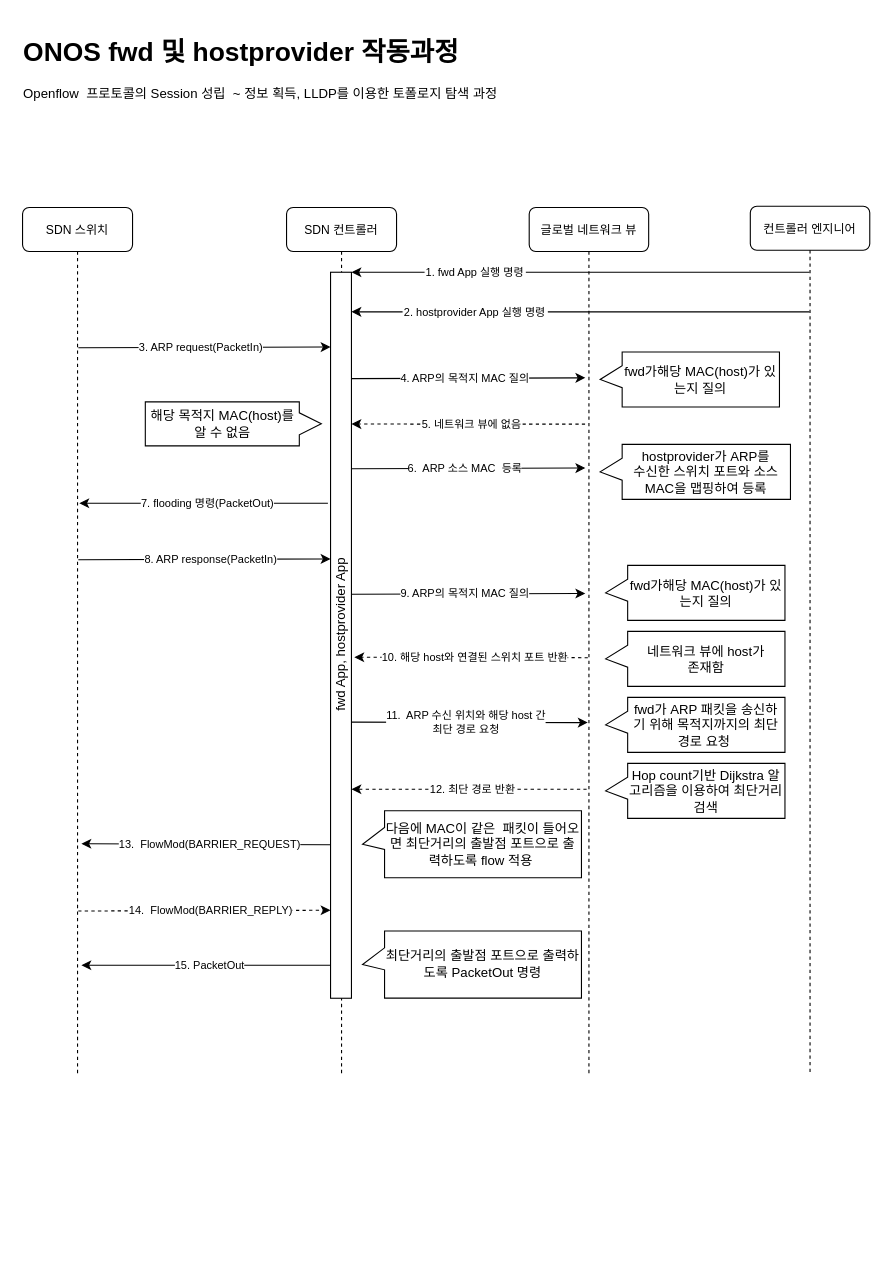
Above: page "시퀸스 다이어그램" (2 of 5) of fwd.drawio in gameLoading/blank__- (draw.io), before the change. Source tidied: cells renumbered, new cells numbered last; positions are measured from the earlier drawing's top-left corner, leaving out a move shared by most shapes. Both pictures are drawn from the tidied source at 110%, with x=0, y=0 at pixel (18, 30).
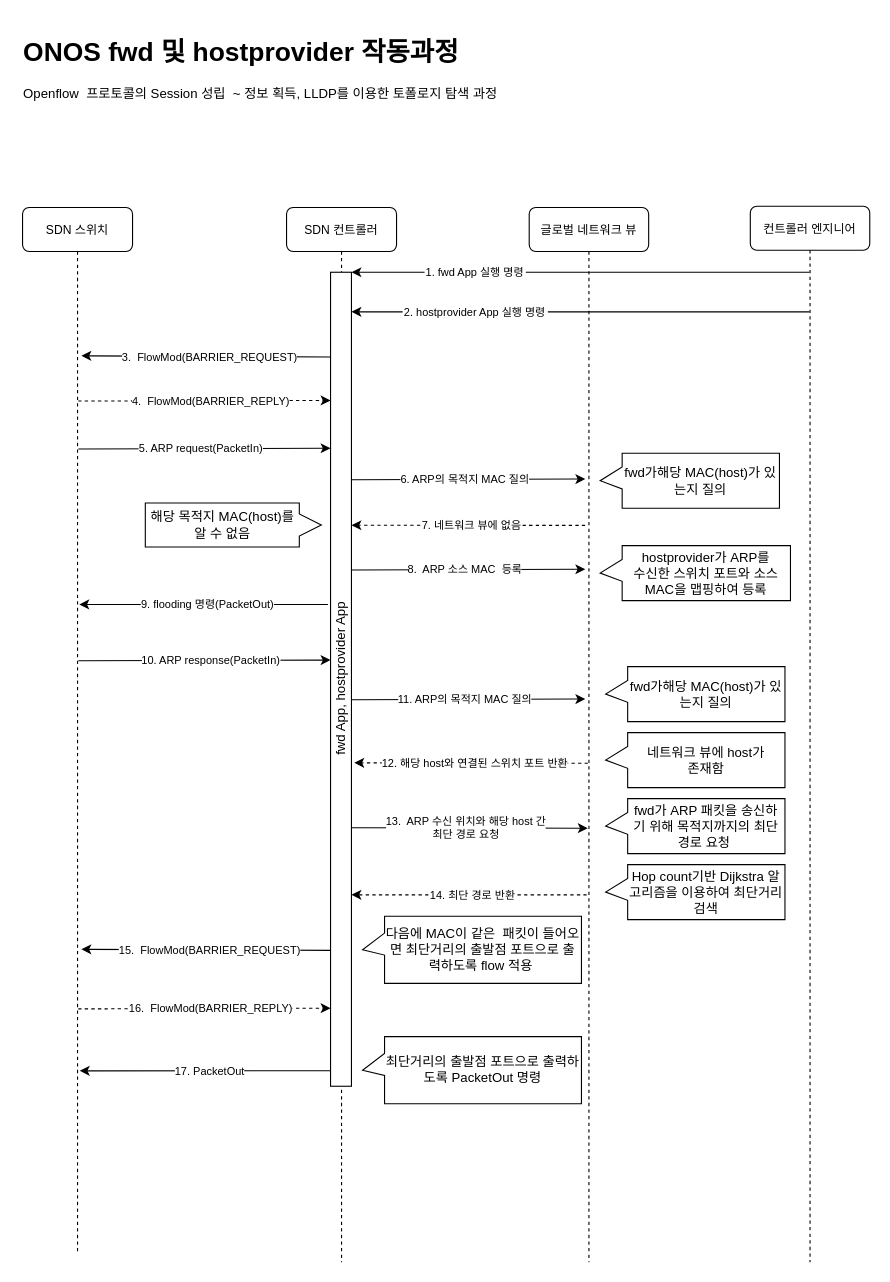
Above is the later version.

Diff of the diagram source:
```diff
@@
     <mxCell id="2" value="SDN 스위치" style="shape=umlLifeline;perimeter=lifelinePerimeter;shadow=0;strokeWidth=1;rounded=1;fontSize=11;" parent="1" vertex="1">
-      <mxGeometry x="4" y="161.1" width="100" height="788.9" as="geometry" />
+      <mxGeometry x="4" y="161.1" width="100" height="948.9" as="geometry" />
     </mxCell>
     <mxCell id="3" value="SDN 컨트롤러" style="shape=umlLifeline;perimeter=lifelinePerimeter;shadow=0;strokeWidth=1;rounded=1;fontSize=11;" parent="1" vertex="1">
-      <mxGeometry x="244" y="161.1" width="100" height="788.9" as="geometry" />
+      <mxGeometry x="244" y="161.1" width="100" height="958.9" as="geometry" />
     </mxCell>
     <mxCell id="4" value="컨트롤러 엔지니어" style="shape=umlLifeline;perimeter=lifelinePerimeter;shadow=0;strokeWidth=1;rounded=1;fontSize=11;" parent="1" vertex="1">
-      <mxGeometry x="665.6" y="160" width="108.6" height="788.9" as="geometry" />
+      <mxGeometry x="665.6" y="160" width="108.6" height="960" as="geometry" />
     </mxCell>
-    <mxCell id="5" value="3. ARP request(PacketIn)" style="endArrow=classic;html=1;curved=1;entryX=-0.097;entryY=0.072;entryDx=0;entryDy=0;entryPerimeter=0;fontSize=10;exitX=0.489;exitY=0.267;exitDx=0;exitDy=0;exitPerimeter=0;" parent="1" edge="1">
+    <mxCell id="5" value="5. ARP request(PacketIn)" style="endArrow=classic;html=1;curved=1;entryX=-0.097;entryY=0.072;entryDx=0;entryDy=0;entryPerimeter=0;fontSize=10;exitX=0.489;exitY=0.267;exitDx=0;exitDy=0;exitPerimeter=0;" parent="1" edge="1">
       <mxGeometry x="-0.03" relative="1" as="geometry">
-        <mxPoint x="54.7" y="288.7" as="sourcePoint" />
-        <mxPoint x="284" y="288" as="targetPoint" />
+        <mxPoint x="54.7" y="380.7" as="sourcePoint" />
+        <mxPoint x="284" y="380" as="targetPoint" />
         <Array as="points">
-          <mxPoint x="156.4" y="288.5" />
+          <mxPoint x="156.4" y="380.5" />
         </Array>
       </mxGeometry>
     </mxCell>
     <mxCell id="6" value="fwd App, hostprovider App" style="whiteSpace=wrap;html=1;rounded=0;glass=0;horizontal=0;align=center;arcSize=24;" parent="1" vertex="1">
-      <mxGeometry x="284" y="220" width="19" height="660" as="geometry" />
+      <mxGeometry x="284" y="220" width="19" height="740" as="geometry" />
     </mxCell>
@@
     <mxCell id="9" value="글로벌 네트워크 뷰" style="shape=umlLifeline;perimeter=lifelinePerimeter;shadow=0;strokeWidth=1;rounded=1;fontSize=11;" parent="1" vertex="1">
-      <mxGeometry x="464.6" y="161.1" width="108.6" height="788.9" as="geometry" />
+      <mxGeometry x="464.6" y="161.1" width="108.6" height="958.9" as="geometry" />
     </mxCell>
-    <mxCell id="10" value="6.&amp;nbsp; ARP 소스 MAC&amp;nbsp; 등록" style="endArrow=classic;html=1;curved=1;fontSize=10;exitX=0.489;exitY=0.267;exitDx=0;exitDy=0;exitPerimeter=0;" parent="1" edge="1">
+    <mxCell id="10" value="8.&amp;nbsp; ARP 소스 MAC&amp;nbsp; 등록" style="endArrow=classic;html=1;curved=1;fontSize=10;exitX=0.489;exitY=0.267;exitDx=0;exitDy=0;exitPerimeter=0;" parent="1" edge="1">
       <mxGeometry x="-0.03" relative="1" as="geometry">
-        <mxPoint x="303" y="398.7" as="sourcePoint" />
-        <mxPoint x="515.6" y="398" as="targetPoint" />
+        <mxPoint x="303" y="490.7" as="sourcePoint" />
+        <mxPoint x="515.6" y="490" as="targetPoint" />
       </mxGeometry>
     </mxCell>
-    <mxCell id="11" value="5. 네트워크 뷰에 없음" style="endArrow=classic;html=1;curved=1;fontSize=10;exitX=0.488;exitY=0.212;exitDx=0;exitDy=0;exitPerimeter=0;entryX=1.115;entryY=0.282;entryDx=0;entryDy=0;entryPerimeter=0;dashed=1;" parent="1" edge="1">
+    <mxCell id="11" value="7. 네트워크 뷰에 없음" style="endArrow=classic;html=1;curved=1;fontSize=10;exitX=0.488;exitY=0.212;exitDx=0;exitDy=0;exitPerimeter=0;entryX=1.115;entryY=0.282;entryDx=0;entryDy=0;entryPerimeter=0;dashed=1;" parent="1" edge="1">
       <mxGeometry x="-0.03" relative="1" as="geometry">
-        <mxPoint x="515.4" y="358.1" as="sourcePoint" />
-        <mxPoint x="303" y="358" as="targetPoint" />
+        <mxPoint x="515.4" y="450.1" as="sourcePoint" />
+        <mxPoint x="303" y="450" as="targetPoint" />
       </mxGeometry>
     </mxCell>
-    <mxCell id="12" value="7. flooding 명령(PacketOut)" style="endArrow=classic;html=1;curved=1;fontSize=10;" parent="1" edge="1">
+    <mxCell id="12" value="9. flooding 명령(PacketOut)" style="endArrow=classic;html=1;curved=1;fontSize=10;" parent="1" edge="1">
       <mxGeometry x="-0.03" relative="1" as="geometry">
-        <mxPoint x="281.6" y="430" as="sourcePoint" />
-        <mxPoint x="55.6" y="430" as="targetPoint" />
+        <mxPoint x="281.6" y="522" as="sourcePoint" />
+        <mxPoint x="55.6" y="522" as="targetPoint" />
       </mxGeometry>
     </mxCell>
-    <mxCell id="13" value="8. ARP response(PacketIn)" style="endArrow=classic;html=1;curved=1;entryX=-0.097;entryY=0.072;entryDx=0;entryDy=0;entryPerimeter=0;fontSize=10;exitX=0.489;exitY=0.267;exitDx=0;exitDy=0;exitPerimeter=0;" parent="1" edge="1">
+    <mxCell id="13" value="10. ARP response(PacketIn)" style="endArrow=classic;html=1;curved=1;entryX=-0.097;entryY=0.072;entryDx=0;entryDy=0;entryPerimeter=0;fontSize=10;exitX=0.489;exitY=0.267;exitDx=0;exitDy=0;exitPerimeter=0;" parent="1" edge="1">
       <mxGeometry x="0.05" relative="1" as="geometry">
-        <mxPoint x="54.7" y="481.3" as="sourcePoint" />
-        <mxPoint x="284" y="480.6" as="targetPoint" />
+        <mxPoint x="54.7" y="573.2" as="sourcePoint" />
+        <mxPoint x="284" y="572.6" as="targetPoint" />
       </mxGeometry>
     </mxCell>
-    <mxCell id="14" value="9. ARP의 목적지 MAC 질의" style="endArrow=classic;html=1;curved=1;fontSize=10;exitX=0.489;exitY=0.267;exitDx=0;exitDy=0;exitPerimeter=0;" parent="1" edge="1">
+    <mxCell id="14" value="11. ARP의 목적지 MAC 질의" style="endArrow=classic;html=1;curved=1;fontSize=10;exitX=0.489;exitY=0.267;exitDx=0;exitDy=0;exitPerimeter=0;" parent="1" edge="1">
       <mxGeometry x="-0.03" relative="1" as="geometry">
-        <mxPoint x="303" y="512.7" as="sourcePoint" />
-        <mxPoint x="515.6" y="512" as="targetPoint" />
+        <mxPoint x="303" y="608.7" as="sourcePoint" />
+        <mxPoint x="515.6" y="608" as="targetPoint" />
       </mxGeometry>
     </mxCell>
-    <mxCell id="15" value="10. 해당 host와 연결된 스위치 포트 반환" style="endArrow=classic;html=1;curved=1;fontSize=10;exitX=0.491;exitY=0.444;exitDx=0;exitDy=0;exitPerimeter=0;dashed=1;" parent="1" edge="1">
+    <mxCell id="15" value="12. 해당 host와 연결된 스위치 포트 반환" style="endArrow=classic;html=1;curved=1;fontSize=10;exitX=0.491;exitY=0.444;exitDx=0;exitDy=0;exitPerimeter=0;dashed=1;" parent="1" edge="1">
       <mxGeometry x="-0.03" relative="1" as="geometry">
-        <mxPoint x="517.9" y="570.4" as="sourcePoint" />
-        <mxPoint x="305.6" y="570" as="targetPoint" />
+        <mxPoint x="517.9" y="666.4" as="sourcePoint" />
+        <mxPoint x="305.6" y="666" as="targetPoint" />
       </mxGeometry>
     </mxCell>
-    <mxCell id="16" value="11.&amp;nbsp; ARP 수신 위치와 해당 host 간 &lt;br&gt;최단 경로 요청" style="endArrow=classic;html=1;curved=1;fontSize=10;entryX=0.49;entryY=0.586;entryDx=0;entryDy=0;entryPerimeter=0;" parent="1" edge="1">
+    <mxCell id="16" value="13.&amp;nbsp; ARP 수신 위치와 해당 host 간 &lt;br&gt;최단 경로 요청" style="endArrow=classic;html=1;curved=1;fontSize=10;entryX=0.49;entryY=0.586;entryDx=0;entryDy=0;entryPerimeter=0;" parent="1" edge="1">
       <mxGeometry x="-0.03" relative="1" as="geometry">
-        <mxPoint x="302.6" y="629" as="sourcePoint" />
-        <mxPoint x="517.8" y="629.4" as="targetPoint" />
+        <mxPoint x="302.6" y="725" as="sourcePoint" />
+        <mxPoint x="517.8" y="725.4" as="targetPoint" />
       </mxGeometry>
     </mxCell>
-    <mxCell id="17" value="4. ARP의 목적지 MAC 질의" style="endArrow=classic;html=1;curved=1;fontSize=10;exitX=0.489;exitY=0.267;exitDx=0;exitDy=0;exitPerimeter=0;" parent="1" edge="1">
+    <mxCell id="17" value="6. ARP의 목적지 MAC 질의" style="endArrow=classic;html=1;curved=1;fontSize=10;exitX=0.489;exitY=0.267;exitDx=0;exitDy=0;exitPerimeter=0;" parent="1" edge="1">
       <mxGeometry x="-0.03" relative="1" as="geometry">
-        <mxPoint x="303" y="316.7" as="sourcePoint" />
-        <mxPoint x="515.6" y="316" as="targetPoint" />
+        <mxPoint x="303" y="408.7" as="sourcePoint" />
+        <mxPoint x="515.6" y="408" as="targetPoint" />
       </mxGeometry>
     </mxCell>
@@
     <mxCell id="19" value="fwd가해당 MAC(host)가 있는지 질의" style="shape=callout;whiteSpace=wrap;html=1;perimeter=calloutPerimeter;rounded=0;shadow=0;align=center;size=20;position=0.25;rotation=90;verticalAlign=middle;horizontal=0;" parent="1" vertex="1">
-      <mxGeometry x="585.6" y="236" width="50" height="163" as="geometry" />
+      <mxGeometry x="585.6" y="328" width="50" height="163" as="geometry" />
     </mxCell>
     <mxCell id="20" value="hostprovider가 ARP를 &lt;br&gt;수신한 스위치 포트와 소스MAC을 맵핑하여 등록" style="shape=callout;whiteSpace=wrap;html=1;perimeter=calloutPerimeter;rounded=0;shadow=0;align=center;size=20;position=0.25;rotation=90;verticalAlign=middle;horizontal=0;" parent="1" vertex="1">
-      <mxGeometry x="590.6" y="315" width="50" height="173" as="geometry" />
+      <mxGeometry x="590.6" y="407" width="50" height="173" as="geometry" />
     </mxCell>
     <mxCell id="21" value="해당 목적지 MAC(host)를 알 수 없음" style="shape=callout;html=1;perimeter=calloutPerimeter;rounded=0;shadow=0;align=center;size=20;position=0.25;rotation=90;verticalAlign=middle;horizontal=0;whiteSpace=wrap;direction=east;flipV=1;flipH=1;" parent="1" vertex="1">
-      <mxGeometry x="175.6" y="277.8" width="40" height="160" as="geometry" />
+      <mxGeometry x="175.6" y="369.8" width="40" height="160" as="geometry" />
     </mxCell>
     <mxCell id="22" value="fwd가해당 MAC(host)가 있는지 질의" style="shape=callout;whiteSpace=wrap;html=1;perimeter=calloutPerimeter;rounded=0;shadow=0;align=center;size=20;position=0.25;rotation=90;verticalAlign=middle;horizontal=0;" parent="1" vertex="1">
-      <mxGeometry x="590.6" y="430" width="50" height="163" as="geometry" />
+      <mxGeometry x="590.6" y="522" width="50" height="163" as="geometry" />
     </mxCell>
     <mxCell id="23" value="네트워크 뷰에 host가 &lt;br&gt;존재함" style="shape=callout;whiteSpace=wrap;html=1;perimeter=calloutPerimeter;rounded=0;shadow=0;align=center;size=20;position=0.25;rotation=90;verticalAlign=middle;horizontal=0;" parent="1" vertex="1">
-      <mxGeometry x="590.6" y="490" width="50" height="163" as="geometry" />
+      <mxGeometry x="590.6" y="582" width="50" height="163" as="geometry" />
     </mxCell>
     <mxCell id="24" value="fwd가 ARP 패킷을 송신하기 위해 목적지까지의 최단경로 요청&amp;nbsp;" style="shape=callout;whiteSpace=wrap;html=1;perimeter=calloutPerimeter;rounded=0;shadow=0;align=center;size=20;position=0.25;rotation=90;verticalAlign=middle;horizontal=0;" parent="1" vertex="1">
-      <mxGeometry x="590.6" y="550" width="50" height="163" as="geometry" />
+      <mxGeometry x="590.6" y="642" width="50" height="163" as="geometry" />
     </mxCell>
-    <mxCell id="25" value="12. 최단 경로 반환" style="endArrow=classic;html=1;curved=1;fontSize=10;entryX=1.147;entryY=0.91;entryDx=0;entryDy=0;entryPerimeter=0;dashed=1;" parent="1" edge="1">
+    <mxCell id="25" value="14. 최단 경로 반환" style="endArrow=classic;html=1;curved=1;fontSize=10;entryX=1.147;entryY=0.91;entryDx=0;entryDy=0;entryPerimeter=0;dashed=1;" parent="1" edge="1">
       <mxGeometry x="-0.03" relative="1" as="geometry">
-        <mxPoint x="516.8" y="690" as="sourcePoint" />
-        <mxPoint x="303" y="690" as="targetPoint" />
+        <mxPoint x="516.8" y="786" as="sourcePoint" />
+        <mxPoint x="303" y="786" as="targetPoint" />
       </mxGeometry>
     </mxCell>
     <mxCell id="26" value="Hop count기반 Dijkstra 알고리즘을 이용하여 최단거리 검색" style="shape=callout;whiteSpace=wrap;html=1;perimeter=calloutPerimeter;rounded=0;shadow=0;align=center;size=20;position=0.25;rotation=90;verticalAlign=middle;horizontal=0;" parent="1" vertex="1">
-      <mxGeometry x="590.6" y="610" width="50" height="163" as="geometry" />
+      <mxGeometry x="590.6" y="702" width="50" height="163" as="geometry" />
     </mxCell>
-    <mxCell id="27" value="13.&amp;nbsp; FlowMod(BARRIER_REQUEST)" style="endArrow=classic;html=1;curved=1;fontSize=10;entryX=1.147;entryY=0.91;entryDx=0;entryDy=0;entryPerimeter=0;exitX=-0.1;exitY=0.808;exitDx=0;exitDy=0;exitPerimeter=0;" parent="1" edge="1">
+    <mxCell id="27" value="15.&amp;nbsp; FlowMod(BARRIER_REQUEST)" style="endArrow=classic;html=1;curved=1;fontSize=10;entryX=1.147;entryY=0.91;entryDx=0;entryDy=0;entryPerimeter=0;exitX=-0.1;exitY=0.808;exitDx=0;exitDy=0;exitPerimeter=0;" parent="1" edge="1">
       <mxGeometry x="-0.03" relative="1" as="geometry">
-        <mxPoint x="284" y="740.5" as="sourcePoint" />
-        <mxPoint x="57.5" y="739.5" as="targetPoint" />
+        <mxPoint x="284" y="836.5" as="sourcePoint" />
+        <mxPoint x="57.5" y="835.5" as="targetPoint" />
       </mxGeometry>
     </mxCell>
-    <mxCell id="28" value="14.&amp;nbsp; FlowMod(BARRIER_REPLY)" style="endArrow=classic;html=1;curved=1;entryX=-0.097;entryY=0.072;entryDx=0;entryDy=0;entryPerimeter=0;fontSize=10;exitX=0.489;exitY=0.267;exitDx=0;exitDy=0;exitPerimeter=0;dashed=1;" parent="1" edge="1">
+    <mxCell id="28" value="16.&amp;nbsp; FlowMod(BARRIER_REPLY)" style="endArrow=classic;html=1;curved=1;entryX=-0.097;entryY=0.072;entryDx=0;entryDy=0;entryPerimeter=0;fontSize=10;exitX=0.489;exitY=0.267;exitDx=0;exitDy=0;exitPerimeter=0;dashed=1;" parent="1" edge="1">
       <mxGeometry x="0.05" relative="1" as="geometry">
-        <mxPoint x="54.7" y="800.7" as="sourcePoint" />
-        <mxPoint x="284" y="800" as="targetPoint" />
+        <mxPoint x="54.7" y="889.7" as="sourcePoint" />
+        <mxPoint x="284" y="889" as="targetPoint" />
       </mxGeometry>
     </mxCell>
-    <mxCell id="29" value="15. PacketOut" style="endArrow=classic;html=1;curved=1;fontSize=10;entryX=1.147;entryY=0.91;entryDx=0;entryDy=0;entryPerimeter=0;" parent="1" edge="1">
+    <mxCell id="29" value="17. PacketOut" style="endArrow=classic;html=1;curved=1;fontSize=10;exitX=-0.014;exitY=0.981;exitDx=0;exitDy=0;exitPerimeter=0;" parent="1" edge="1" source="6">
       <mxGeometry x="-0.03" relative="1" as="geometry">
-        <mxPoint x="283.6" y="850" as="sourcePoint" />
-        <mxPoint x="57.5" y="850" as="targetPoint" />
+        <mxPoint x="56" y="946" as="targetPoint" />
       </mxGeometry>
     </mxCell>
     <mxCell id="30" value="다음에 MAC이 같은&amp;nbsp; 패킷이 들어오면 최단거리의 출발점 포트으로 출력하도록 flow 적용&amp;nbsp;" style="shape=callout;whiteSpace=wrap;html=1;perimeter=calloutPerimeter;rounded=0;shadow=0;align=center;size=20;position=0.25;rotation=90;verticalAlign=middle;horizontal=0;" parent="1" vertex="1">
-      <mxGeometry x="382.1" y="640.5" width="61" height="199" as="geometry" />
+      <mxGeometry x="382.1" y="736.5" width="61" height="199" as="geometry" />
     </mxCell>
     <mxCell id="31" value="&lt;span&gt;최단거리의 출발점 포트으로 출력하도록 PacketOut 명령&lt;/span&gt;" style="shape=callout;whiteSpace=wrap;html=1;perimeter=calloutPerimeter;rounded=0;shadow=0;align=center;size=20;position=0.25;rotation=90;verticalAlign=middle;horizontal=0;" parent="1" vertex="1">
-      <mxGeometry x="382.1" y="749.9" width="61" height="199" as="geometry" />
+      <mxGeometry x="382.1" y="845.9" width="61" height="199" as="geometry" />
     </mxCell>
+    <mxCell id="32" value="3.&amp;nbsp; FlowMod(BARRIER_REQUEST)" style="endArrow=classic;html=1;curved=1;fontSize=10;entryX=1.147;entryY=0.91;entryDx=0;entryDy=0;entryPerimeter=0;exitX=-0.1;exitY=0.808;exitDx=0;exitDy=0;exitPerimeter=0;" parent="1" edge="1">
+      <mxGeometry x="-0.03" relative="1" as="geometry">
+        <mxPoint x="284" y="297" as="sourcePoint" />
+        <mxPoint x="57.5" y="296" as="targetPoint" />
+      </mxGeometry>
+    </mxCell>
+    <mxCell id="33" value="4.&amp;nbsp; FlowMod(BARRIER_REPLY)" style="endArrow=classic;html=1;curved=1;entryX=-0.097;entryY=0.072;entryDx=0;entryDy=0;entryPerimeter=0;fontSize=10;exitX=0.489;exitY=0.267;exitDx=0;exitDy=0;exitPerimeter=0;dashed=1;" parent="1" edge="1">
+      <mxGeometry x="0.05" relative="1" as="geometry">
+        <mxPoint x="54.7" y="337.1" as="sourcePoint" />
+        <mxPoint x="284" y="336.5" as="targetPoint" />
+      </mxGeometry>
+    </mxCell>
```
